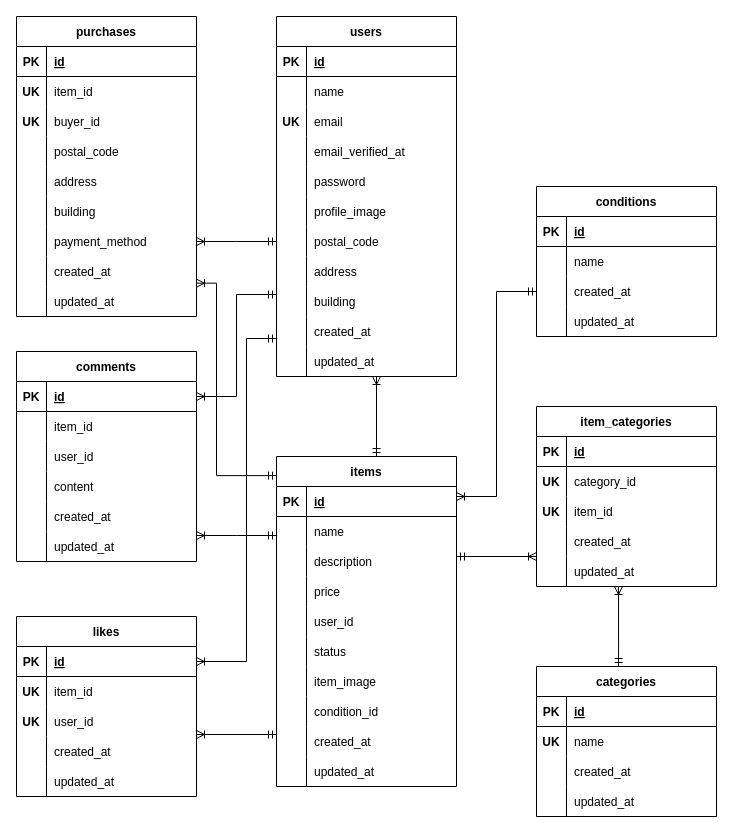
Before: diagram.drawio in ichiki925/flea-market-app, a draw.io diagram. Source tidied: cells renumbered, new cells numbered last; positions are measured from the earlier drawing's top-left corner, leaving out a move shared by most shapes. Both pictures are drawn from the tidied source at 100%, with x=0, y=0 at pixel (16, 16).
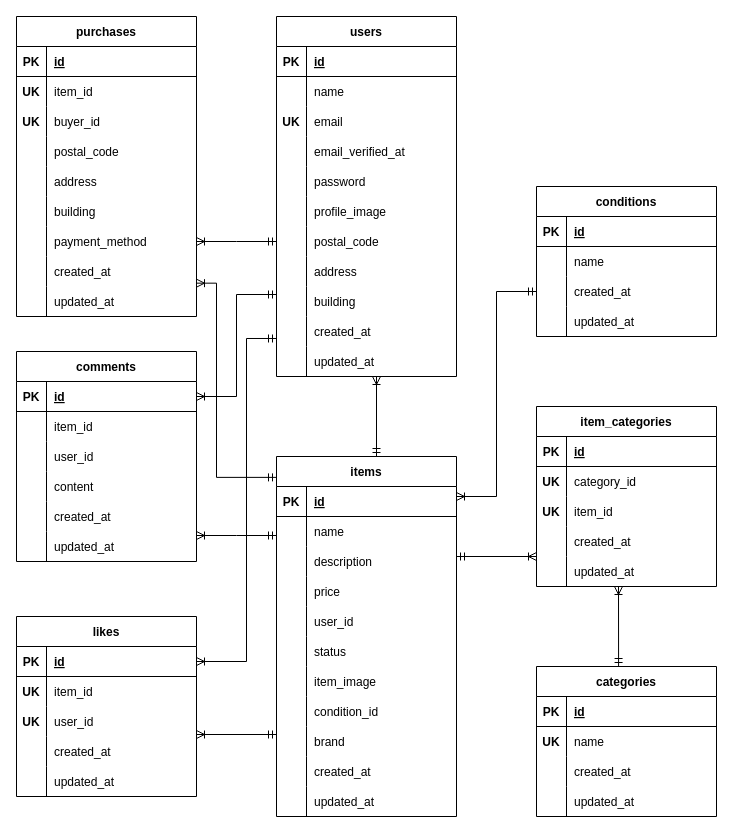
The same diagram, later.

The change refers to these unchanged cells:
```xml
<mxCell id="124" style="shape=tableRow;horizontal=0;startSize=0;swimlaneHead=0;swimlaneBody=0;fillColor=none;top=0;left=0;right=0;bottom=0;" parent="99" vertex="1">
  <mxGeometry y="270" width="180" height="30" as="geometry" />
</mxCell>
<mxCell id="127" style="shape=tableRow;horizontal=0;startSize=0;swimlaneHead=0;swimlaneBody=0;fillColor=none;top=0;left=0;right=0;bottom=0;" parent="99" vertex="1">
  <mxGeometry y="300" width="180" height="30" as="geometry" />
</mxCell>
```

The edit, as a diff of the source:
```diff
@@
     <mxCell id="99" value="items" style="shape=table;startSize=30;childLayout=tableLayout;rowLines=0;fontStyle=1;align=center;" parent="1" vertex="1">
-      <mxGeometry x="260" y="440" width="180" height="330" as="geometry" />
+      <mxGeometry x="260" y="440" width="180" height="360" as="geometry" />
     </mxCell>
@@
-    <mxCell id="126" value="created_at" style="shape=partialRectangle;fillColor=none;top=0;left=0;bottom=0;right=0;align=left;spacingLeft=6;overflow=hidden;" parent="124" vertex="1">
+    <mxCell id="126" value="brand" style="shape=partialRectangle;fillColor=none;top=0;left=0;bottom=0;right=0;align=left;spacingLeft=6;overflow=hidden;" parent="124" vertex="1">
       <mxGeometry x="30" width="150" height="30" as="geometry" />
     </mxCell>
@@
-    <mxCell id="129" value="updated_at" style="shape=partialRectangle;fillColor=none;top=0;left=0;bottom=0;right=0;align=left;spacingLeft=6;overflow=hidden;" parent="127" vertex="1">
+    <mxCell id="129" value="created_at" style="shape=partialRectangle;fillColor=none;top=0;left=0;bottom=0;right=0;align=left;spacingLeft=6;overflow=hidden;" parent="127" vertex="1">
       <mxGeometry x="30" width="150" height="30" as="geometry" />
     </mxCell>
+    <mxCell id="182" style="shape=tableRow;horizontal=0;startSize=0;swimlaneHead=0;swimlaneBody=0;fillColor=none;top=0;left=0;right=0;bottom=0;" parent="99" vertex="1">
+      <mxGeometry y="330" width="180" height="30" as="geometry" />
+    </mxCell>
+    <mxCell id="183" style="shape=partialRectangle;fillColor=none;top=0;left=0;bottom=0;right=0;overflow=hidden;" parent="182" vertex="1">
+      <mxGeometry width="30" height="30" as="geometry" />
+    </mxCell>
+    <mxCell id="184" value="updated_at" style="shape=partialRectangle;fillColor=none;top=0;left=0;bottom=0;right=0;align=left;spacingLeft=6;overflow=hidden;" parent="182" vertex="1">
+      <mxGeometry x="30" width="150" height="30" as="geometry" />
+    </mxCell>
```
